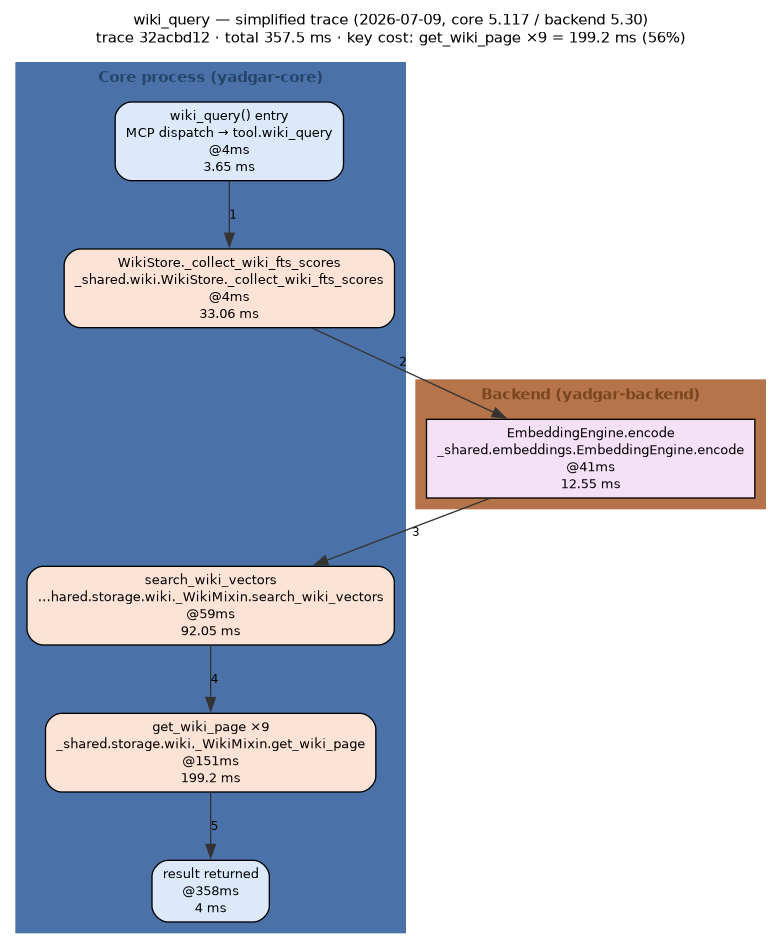
This is docs/diagrams/out/wiki_query-trace-2026-07-09.png from m-agahi/yadgar, a Graphviz export, as it was before one commit. Its source is kept beside it as docs/diagrams/out/wiki_query-trace-2026-07-09.dot. Source of this version:
```dot
digraph flow {
  rankdir="TB";
  newrank=true;
  compound=true;
  nodesep=0.35;
  ranksep=0.55;
  graph [fontname="Helvetica", fontsize=11, labelloc="t"];
  node  [fontname="Helvetica", fontsize=10];
  edge  [fontname="Helvetica", fontsize=9];
  label="wiki_query — simplified trace (2026-07-09, core 5.117 / backend 5.30)
trace 32acbd12 · total 357.5 ms · key cost: get_wiki_page ×9 = 199.2 ms (56%)";
  subgraph "cluster_core" {
    label="Core process (yadgar-core)";
    style=filled;
    bgcolor="#eef4fb";
    color="#4a72a8";
    fontcolor="#26456b";
    fontname="Helvetica-Bold";
    "entry" [shape="box", style="rounded,filled", fillcolor="#dbe9fb", label="wiki_query() entry\nMCP dispatch → tool.wiki_query\n@4ms\n3.65 ms"];
    "s0" [shape="box", style="rounded,filled", fillcolor="#fce3d6", label="WikiStore._collect_wiki_fts_scores\n_shared.wiki.WikiStore._collect_wiki_fts_scores\n@4ms\n33.06 ms"];
    "s2" [shape="box", style="rounded,filled", fillcolor="#fce3d6", label="search_wiki_vectors\n…hared.storage.wiki._WikiMixin.search_wiki_vectors\n@59ms\n92.05 ms"];
    "s3" [shape="box", style="rounded,filled", fillcolor="#fce3d6", label="get_wiki_page ×9\n_shared.storage.wiki._WikiMixin.get_wiki_page\n@151ms\n199.2 ms"];
    "done" [shape="box", style="rounded,filled", fillcolor="#dbe9fb", label="result returned\n@358ms\n4 ms"];
  }
  subgraph "cluster_backend" {
    label="Backend (yadgar-backend)";
    style=filled;
    bgcolor="#fbf0ea";
    color="#b5744a";
    fontcolor="#7a4620";
    fontname="Helvetica-Bold";
    "s1" [shape="box", style="filled", fillcolor="#f5e1f5", label="EmbeddingEngine.encode\n_shared.embeddings.EmbeddingEngine.encode\n@41ms\n12.55 ms"];
  }
  "entry" -> "s0" [color="#333333", style="solid", label="1"];
  "s0" -> "s1" [color="#333333", style="solid", label="2"];
  "s1" -> "s2" [color="#333333", style="solid", label="3"];
  "s2" -> "s3" [color="#333333", style="solid", label="4"];
  "s3" -> "done" [color="#333333", style="solid", label="5"];
}
```
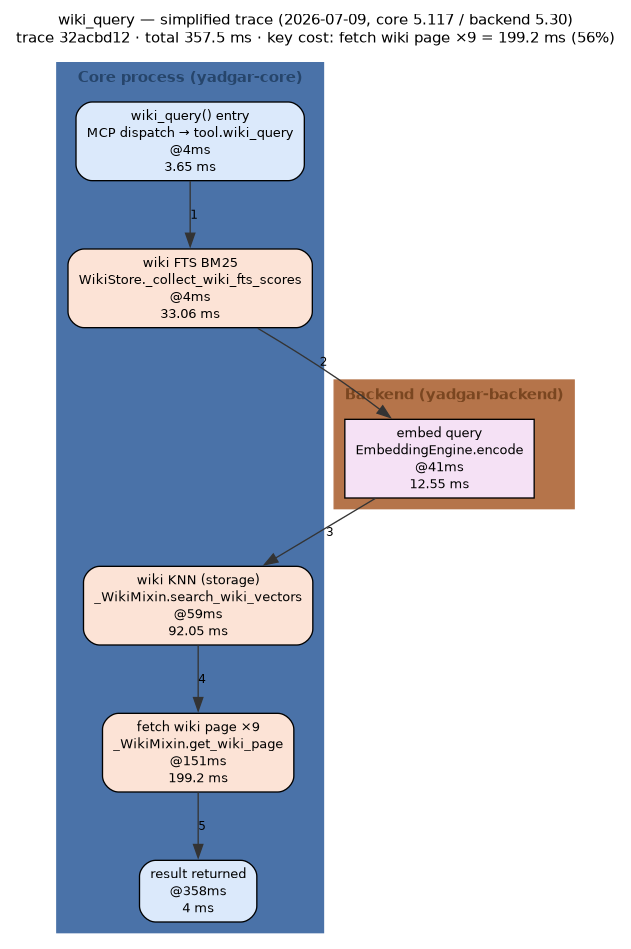
The same diagram one commit later.

The edit, as a diff of the source:
```diff
@@ -8,7 +8,7 @@
   node  [fontname="Helvetica", fontsize=10];
   edge  [fontname="Helvetica", fontsize=9];
   label="wiki_query — simplified trace (2026-07-09, core 5.117 / backend 5.30)
-trace 32acbd12 · total 357.5 ms · key cost: get_wiki_page ×9 = 199.2 ms (56%)";
+trace 32acbd12 · total 357.5 ms · key cost: fetch wiki page ×9 = 199.2 ms (56%)";
   subgraph "cluster_core" {
     label="Core process (yadgar-core)";
     style=filled;
@@ -17,9 +17,9 @@
     fontcolor="#26456b";
     fontname="Helvetica-Bold";
     "entry" [shape="box", style="rounded,filled", fillcolor="#dbe9fb", label="wiki_query() entry\nMCP dispatch → tool.wiki_query\n@4ms\n3.65 ms"];
-    "s0" [shape="box", style="rounded,filled", fillcolor="#fce3d6", label="WikiStore._collect_wiki_fts_scores\n_shared.wiki.WikiStore._collect_wiki_fts_scores\n@4ms\n33.06 ms"];
-    "s2" [shape="box", style="rounded,filled", fillcolor="#fce3d6", label="search_wiki_vectors\n…hared.storage.wiki._WikiMixin.search_wiki_vectors\n@59ms\n92.05 ms"];
-    "s3" [shape="box", style="rounded,filled", fillcolor="#fce3d6", label="get_wiki_page ×9\n_shared.storage.wiki._WikiMixin.get_wiki_page\n@151ms\n199.2 ms"];
+    "s0" [shape="box", style="rounded,filled", fillcolor="#fce3d6", label="wiki FTS BM25\nWikiStore._collect_wiki_fts_scores\n@4ms\n33.06 ms"];
+    "s2" [shape="box", style="rounded,filled", fillcolor="#fce3d6", label="wiki KNN (storage)\n_WikiMixin.search_wiki_vectors\n@59ms\n92.05 ms"];
+    "s3" [shape="box", style="rounded,filled", fillcolor="#fce3d6", label="fetch wiki page ×9\n_WikiMixin.get_wiki_page\n@151ms\n199.2 ms"];
     "done" [shape="box", style="rounded,filled", fillcolor="#dbe9fb", label="result returned\n@358ms\n4 ms"];
   }
   subgraph "cluster_backend" {
@@ -29,7 +29,7 @@
     color="#b5744a";
     fontcolor="#7a4620";
     fontname="Helvetica-Bold";
-    "s1" [shape="box", style="filled", fillcolor="#f5e1f5", label="EmbeddingEngine.encode\n_shared.embeddings.EmbeddingEngine.encode\n@41ms\n12.55 ms"];
+    "s1" [shape="box", style="filled", fillcolor="#f5e1f5", label="embed query\nEmbeddingEngine.encode\n@41ms\n12.55 ms"];
   }
   "entry" -> "s0" [color="#333333", style="solid", label="1"];
   "s0" -> "s1" [color="#333333", style="solid", label="2"];
```
